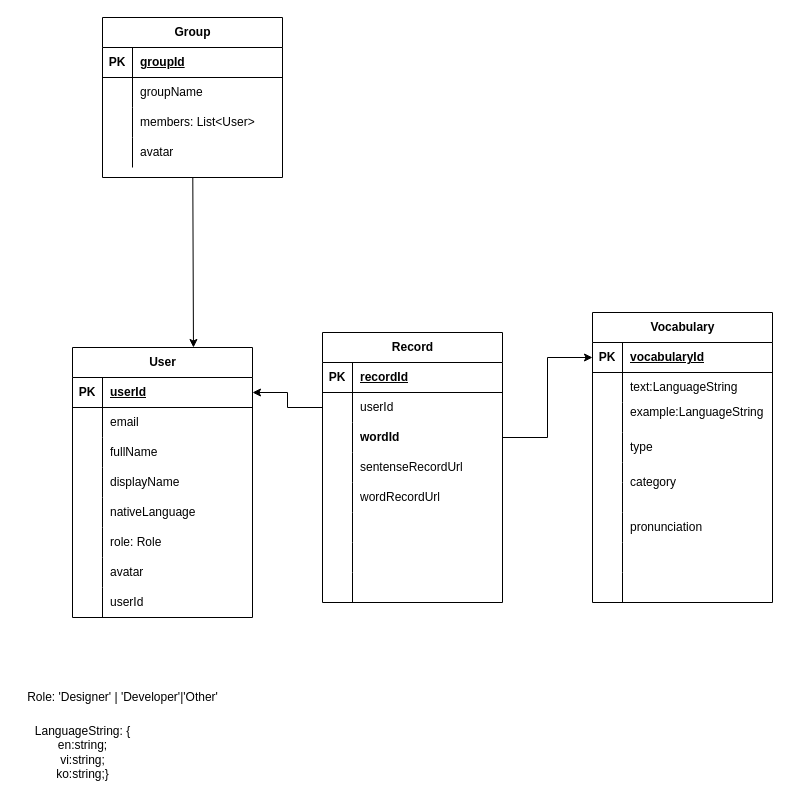
Before: docs/db.dio in dudaji-vn/my-english-accent, a draw.io diagram. Source tidied: cells renumbered, new cells numbered last; positions are measured from the earlier drawing's top-left corner, leaving out a move shared by most shapes. Both pictures are drawn from the tidied source at 100%, with x=0, y=0 at pixel (17, 17).
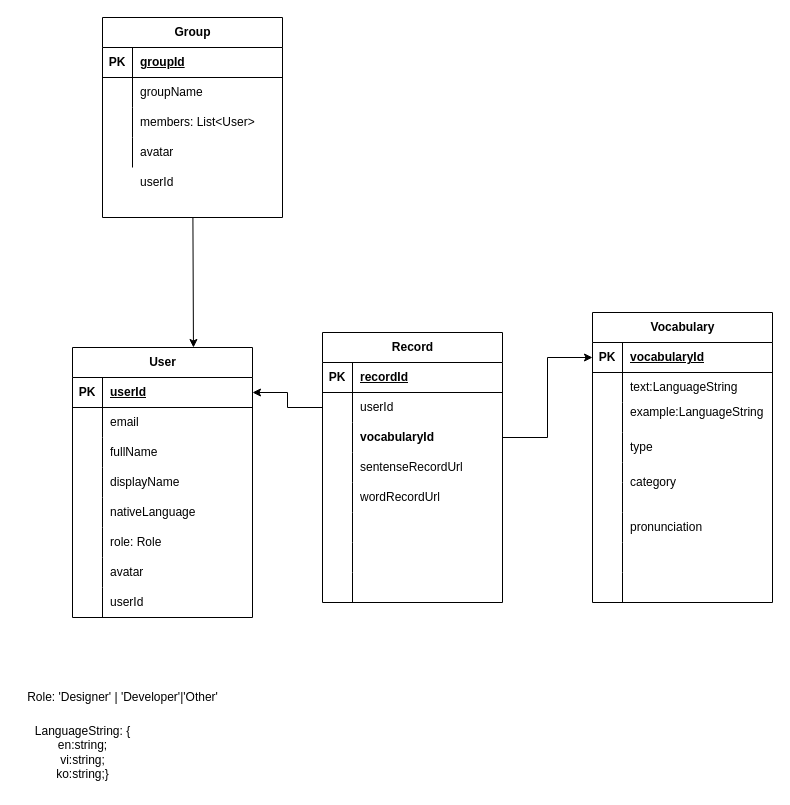
After the change.

Commit message:
Modify vocabularyId value

Unchanged cells that the change refers to:
```xml
<mxCell id="62" style="shape=tableRow;horizontal=0;startSize=0;swimlaneHead=0;swimlaneBody=0;fillColor=none;points=[[0,0.5],[1,0.5]];portConstraint=eastwest;top=0;left=0;right=0;bottom=0;" parent="55" vertex="1">
  <mxGeometry y="90" width="180" height="30" as="geometry" />
</mxCell>
```

Change to the diagram source:
```diff
@@
-    <mxCell id="64" value="&lt;span style=&quot;font-weight: 700; text-align: center;&quot;&gt;wordId&lt;/span&gt;" style="shape=partialRectangle;fillColor=none;top=0;left=0;bottom=0;right=0;align=left;spacingLeft=6;overflow=hidden;whiteSpace=wrap;html=1;" parent="62" vertex="1">
+    <mxCell id="64" value="&lt;span style=&quot;font-weight: 700; text-align: center;&quot;&gt;vocabularyId&lt;/span&gt;" style="shape=partialRectangle;fillColor=none;top=0;left=0;bottom=0;right=0;align=left;spacingLeft=6;overflow=hidden;whiteSpace=wrap;html=1;" parent="62" vertex="1">
       <mxGeometry x="30" width="150" height="30" as="geometry" />
     </mxCell>
@@
     <mxCell id="83" value="Group" style="shape=table;startSize=30;childLayout=tableLayout;rowLines=0;fontStyle=1;align=center;html=1;" parent="1" vertex="1">
-      <mxGeometry x="85" width="180" height="160" as="geometry" />
+      <mxGeometry x="85" width="180" height="200" as="geometry" />
     </mxCell>
@@
+    <mxCell id="100" value="userId" style="shape=partialRectangle;fillColor=none;top=0;left=0;bottom=0;right=0;align=left;spacingLeft=6;overflow=hidden;whiteSpace=wrap;html=1;" parent="1" vertex="1">
+      <mxGeometry x="115" y="150" width="150" height="30" as="geometry" />
+    </mxCell>
```
